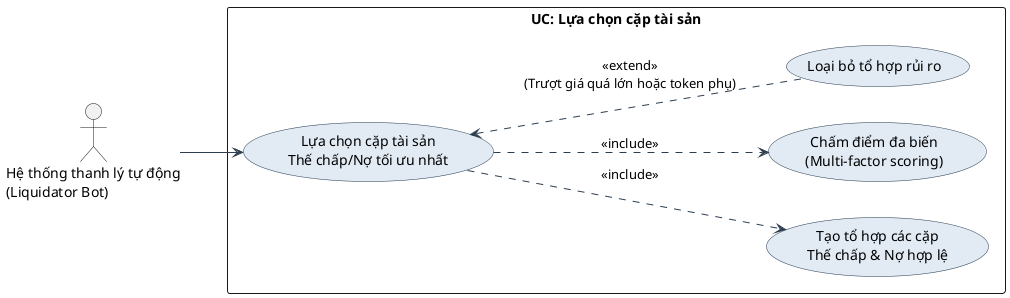
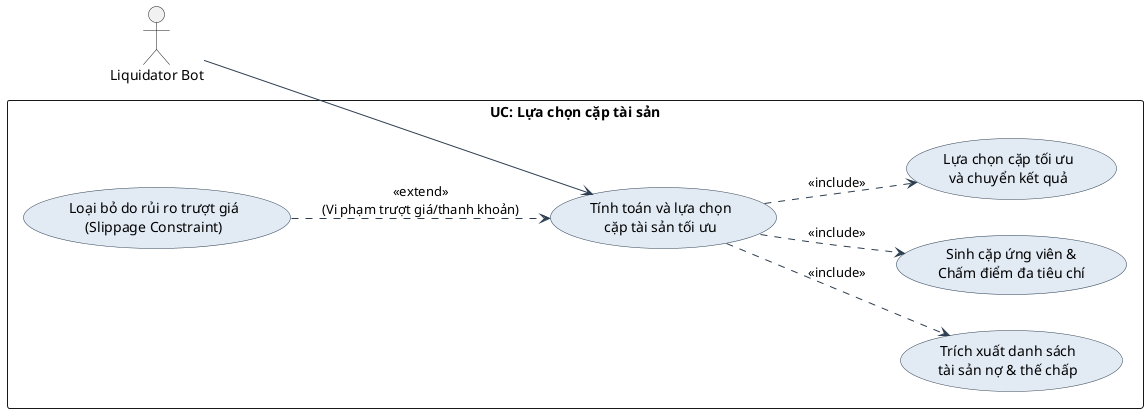
@startuml
skinparam packageStyle rectangle
skinparam backgroundColor #FFFFFF
skinparam usecase {
    BackgroundColor #E2EAF4
    BorderColor #2C3E50
    ArrowColor #2C3E50
    FontName Arial
}

left to right direction

- actor "Hệ thống thanh lý tự động\n(Liquidator Bot)" as Bot
+ actor "Liquidator Bot" as Bot

rectangle "UC: Lựa chọn cặp tài sản" {

-     usecase "Lựa chọn cặp tài sản\nThế chấp/Nợ tối ưu nhất" as UC08
+     usecase "Tính toán và lựa chọn\ncặp tài sản tối ưu" as UC08

-     usecase "Tạo tổ hợp các cặp\nThế chấp & Nợ hợp lệ" as Sub1
-     usecase "Chấm điểm đa biến\n(Multi-factor scoring)" as Sub2
+     usecase "Trích xuất danh sách\ntài sản nợ & thế chấp" as Sub1
+     usecase "Sinh cặp ứng viên &\nChấm điểm đa tiêu chí" as Sub2
+     usecase "Lựa chọn cặp tối ưu\nvà chuyển kết quả" as Sub3

-     usecase "Loại bỏ tổ hợp rủi ro" as Ext1
+     usecase "Loại bỏ do rủi ro trượt giá\n(Slippage Constraint)" as Ext1
}

Bot --> UC08

- ' Nghiệp vụ cốt lõi bắt buộc
+ ' Các luồng sự kiện chính
UC08 ..> Sub1 : <<include>>
UC08 ..> Sub2 : <<include>>
+ UC08 ..> Sub3 : <<include>>

- ' Mở rộng ngoại lệ
- Ext1 .up.> UC08 : <<extend>>\n(Trượt giá quá lớn hoặc token phụ)
+ ' Các luồng ngoại lệ / thay thế
+ Ext1 .down.> UC08 : <<extend>>\n(Vi phạm trượt giá/thanh khoản)

@enduml